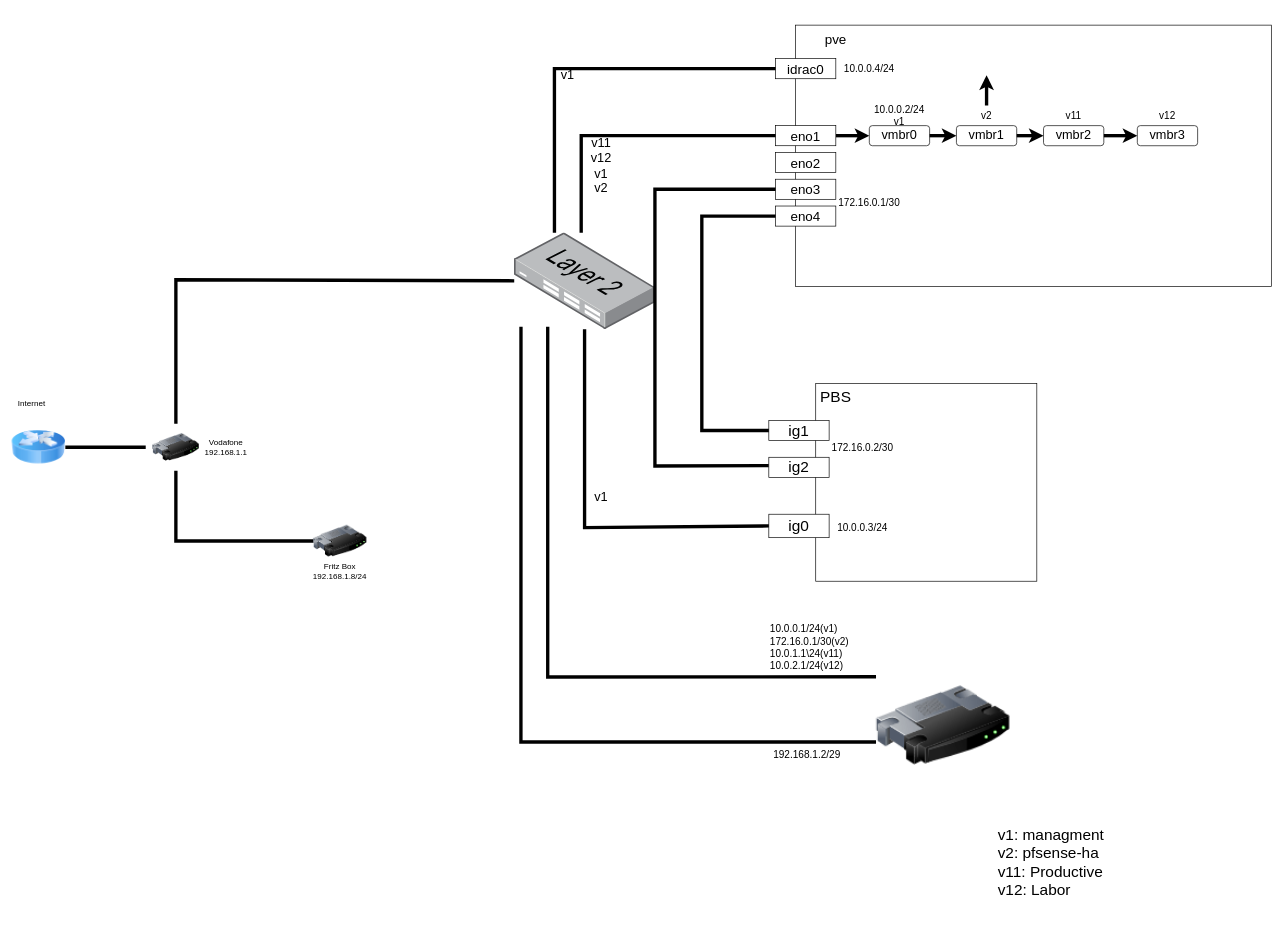
lucpfi/homelab keeps this draw.io diagram as Untitled Diagram.drawio. Above is the earlier version. Source tidied: cells renumbered, new cells numbered last; positions are measured from the earlier drawing's top-left corner, leaving out a move shared by most shapes. Both pictures are drawn from the tidied source at 67%, with x=0, y=0 at pixel (11, 11).
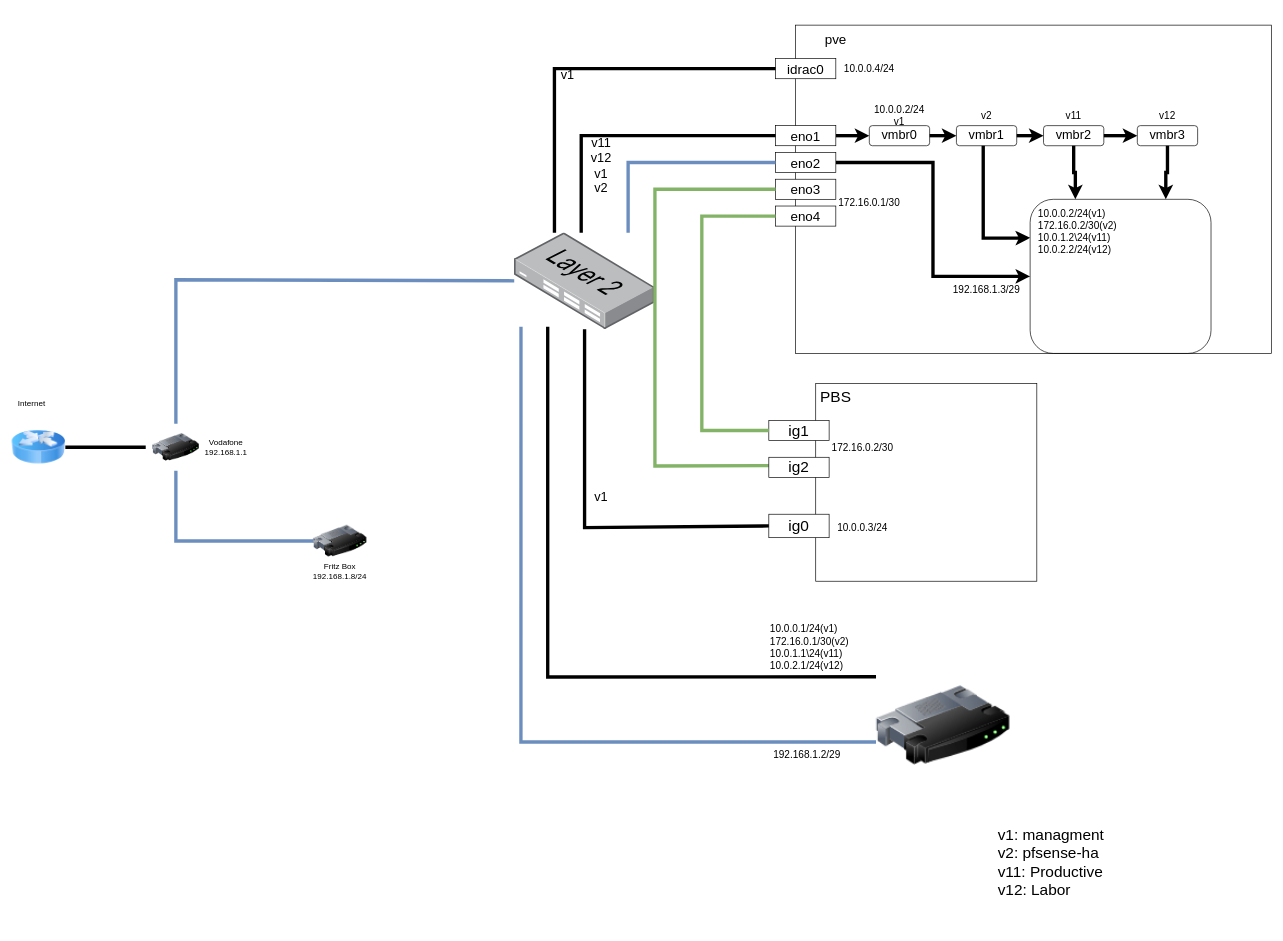
The same page after the edit.

Unchanged cells that the change refers to:
```xml
<mxCell id="2" style="image;html=1;image=img/lib/clip_art/networking/Router_128x128.png;" parent="1" vertex="1">
  <mxGeometry x="210" y="615" width="70" height="70" as="geometry" />
</mxCell>
<mxCell id="3" style="image;html=1;image=img/lib/clip_art/networking/Router_128x128.png;" parent="1" vertex="1">
  <mxGeometry x="1290" y="920" width="200" height="290" as="geometry" />
</mxCell>
<mxCell id="4" style="image;html=1;image=img/lib/clip_art/networking/Router_128x128.png;" parent="1" vertex="1">
  <mxGeometry x="450" y="750" width="80" height="80" as="geometry" />
</mxCell>
<mxCell id="12" style="points=[];html=1;align=center;shadow=0;dashed=0;image;image=img/lib/allied_telesis/switch/Switch_24_port_L2.svg;fontSize=20;" parent="1" vertex="1">
  <mxGeometry x="750" y="330" width="210" height="143.9" as="geometry" />
</mxCell>
<mxCell id="18" value="eno2" style="rounded=0;whiteSpace=wrap;html=1;fontSize=20;" parent="1" vertex="1">
  <mxGeometry x="1140" y="210" width="90" height="30" as="geometry" />
</mxCell>
<mxCell id="19" value="eno3" style="rounded=0;whiteSpace=wrap;html=1;fontSize=20;" parent="1" vertex="1">
  <mxGeometry x="1140" y="250" width="90" height="30" as="geometry" />
</mxCell>
<mxCell id="20" value="eno4" style="rounded=0;whiteSpace=wrap;html=1;fontSize=20;" parent="1" vertex="1">
  <mxGeometry x="1140" y="290" width="90" height="30" as="geometry" />
</mxCell>
<mxCell id="27" value="ig1" style="rounded=0;whiteSpace=wrap;html=1;fontSize=23;" parent="1" vertex="1">
  <mxGeometry x="1130" y="610" width="90" height="30" as="geometry" />
</mxCell>
<mxCell id="44" value="vmbr1" style="rounded=1;whiteSpace=wrap;html=1;fontFamily=Helvetica;fontSize=19;fontColor=default;fillColor=none;gradientColor=none;" parent="1" vertex="1">
  <mxGeometry x="1410" y="170" width="90" height="30" as="geometry" />
</mxCell>
<mxCell id="46" value="vmbr2" style="rounded=1;whiteSpace=wrap;html=1;fontFamily=Helvetica;fontSize=19;fontColor=default;fillColor=none;gradientColor=none;" parent="1" vertex="1">
  <mxGeometry x="1540" y="170" width="90" height="30" as="geometry" />
</mxCell>
<mxCell id="49" value="v2" style="text;html=1;strokeColor=none;fillColor=none;align=center;verticalAlign=middle;whiteSpace=wrap;rounded=0;fontFamily=Helvetica;fontSize=15;fontColor=default;" parent="1" vertex="1">
  <mxGeometry x="1410" y="140" width="90" height="30" as="geometry" />
</mxCell>
<mxCell id="51" value="vmbr3" style="rounded=1;whiteSpace=wrap;html=1;fontFamily=Helvetica;fontSize=19;fontColor=default;fillColor=none;gradientColor=none;" parent="1" vertex="1">
  <mxGeometry x="1680" y="170" width="90" height="30" as="geometry" />
</mxCell>
```

Change to the diagram source:
```diff
@@
-    <mxCell id="7" style="endArrow=none;html=1;rounded=0;strokeWidth=5;exitX=0.5;exitY=0;exitDx=0;exitDy=0;" parent="1" edge="1" source="2" target="12">
+    <mxCell id="7" style="endArrow=none;html=1;rounded=0;strokeWidth=5;exitX=0.5;exitY=0;exitDx=0;exitDy=0;fillColor=#dae8fc;strokeColor=#6c8ebf;" parent="1" edge="1" source="2" target="12">
       <mxGeometry relative="1" as="geometry">
         <Array as="points">
           <mxPoint x="245" y="400" />
         </Array>
       </mxGeometry>
     </mxCell>
-    <mxCell id="8" style="endArrow=none;html=1;rounded=0;strokeWidth=5;entryX=0.5;entryY=1;entryDx=0;entryDy=0;exitX=0;exitY=0.5;exitDx=0;exitDy=0;" parent="1" edge="1" source="4" target="2">
+    <mxCell id="8" style="endArrow=none;html=1;rounded=0;strokeWidth=5;entryX=0.5;entryY=1;entryDx=0;entryDy=0;exitX=0;exitY=0.5;exitDx=0;exitDy=0;fillColor=#dae8fc;strokeColor=#6c8ebf;" parent="1" edge="1" source="4" target="2">
       <mxGeometry relative="1" as="geometry">
         <Array as="points">
           <mxPoint x="245" y="790" />
         </Array>
       </mxGeometry>
     </mxCell>
@@
     <mxCell id="13" style="rounded=0;whiteSpace=wrap;html=1;fontSize=20;" parent="1" vertex="1">
-      <mxGeometry x="1170" y="20" width="710" height="390" as="geometry" />
+      <mxGeometry x="1170" y="20" width="710" height="490" as="geometry" />
     </mxCell>
@@
+    <mxCell id="55" style="edgeStyle=orthogonalEdgeStyle;rounded=0;jettySize=auto;html=1;entryX=0;entryY=0.5;entryDx=0;entryDy=0;fontFamily=Helvetica;fontSize=15;fontColor=default;strokeWidth=5;" parent="1" edge="1" source="18" target="59">
+      <mxGeometry relative="1" as="geometry" />
+    </mxCell>
@@
-    <mxCell id="29" style="endArrow=none;html=1;rounded=0;fontSize=23;strokeWidth=5;entryX=0;entryY=0.5;entryDx=0;entryDy=0;exitX=0;exitY=0.5;exitDx=0;exitDy=0;" parent="1" edge="1" source="19">
+    <mxCell id="29" style="endArrow=none;html=1;rounded=0;fontSize=23;strokeWidth=5;entryX=0;entryY=0.5;entryDx=0;entryDy=0;exitX=0;exitY=0.5;exitDx=0;exitDy=0;fillColor=#d5e8d4;strokeColor=#82b366;" parent="1" edge="1" source="19">
       <mxGeometry relative="1" as="geometry">
         <mxPoint x="1130" y="677.5" as="targetPoint" />
         <Array as="points">
           <mxPoint x="960" y="265" />
           <mxPoint x="960" y="678" />
         </Array>
       </mxGeometry>
     </mxCell>
-    <mxCell id="30" style="endArrow=none;html=1;rounded=0;fontSize=23;strokeWidth=5;exitX=0;exitY=0.5;exitDx=0;exitDy=0;entryX=0;entryY=0.5;entryDx=0;entryDy=0;" parent="1" edge="1" source="27" target="20">
+    <mxCell id="30" style="endArrow=none;html=1;rounded=0;fontSize=23;strokeWidth=5;exitX=0;exitY=0.5;exitDx=0;exitDy=0;entryX=0;entryY=0.5;entryDx=0;entryDy=0;fillColor=#d5e8d4;strokeColor=#82b366;" parent="1" edge="1" source="27" target="20">
       <mxGeometry relative="1" as="geometry">
         <Array as="points">
           <mxPoint x="1030" y="625" />
           <mxPoint x="1030" y="305" />
         </Array>
       </mxGeometry>
     </mxCell>
@@
+    <mxCell id="56" style="edgeStyle=orthogonalEdgeStyle;rounded=0;jettySize=auto;html=1;entryX=0;entryY=0.25;entryDx=0;entryDy=0;fontFamily=Helvetica;fontSize=15;fontColor=default;strokeWidth=5;" parent="1" edge="1" source="44" target="59">
+      <mxGeometry relative="1" as="geometry">
+        <Array as="points">
+          <mxPoint x="1450" y="338" />
+          <mxPoint x="1490" y="338" />
+        </Array>
+      </mxGeometry>
+    </mxCell>
@@
+    <mxCell id="57" style="edgeStyle=orthogonalEdgeStyle;rounded=0;jettySize=auto;html=1;entryX=0.25;entryY=0;entryDx=0;entryDy=0;fontFamily=Helvetica;fontSize=15;fontColor=default;strokeWidth=5;" parent="1" edge="1" source="46" target="59">
+      <mxGeometry relative="1" as="geometry" />
+    </mxCell>
@@
-    <mxCell id="48" style="edgeStyle=orthogonalEdgeStyle;rounded=0;jettySize=auto;html=1;fontFamily=Helvetica;fontSize=15;fontColor=default;strokeWidth=5;exitX=0.5;exitY=0;exitDx=0;exitDy=0;" parent="1" edge="1" source="49">
-      <mxGeometry relative="1" as="geometry">
-        <mxPoint x="1455" y="95" as="targetPoint" />
-        <Array as="points">
-          <mxPoint x="1455" y="100" />
-          <mxPoint x="1455" y="100" />
-        </Array>
-      </mxGeometry>
-    </mxCell>
@@
+    <mxCell id="58" style="edgeStyle=orthogonalEdgeStyle;rounded=0;jettySize=auto;html=1;entryX=0.75;entryY=0;entryDx=0;entryDy=0;fontFamily=Helvetica;fontSize=15;fontColor=default;strokeWidth=5;" parent="1" edge="1" source="51" target="59">
+      <mxGeometry relative="1" as="geometry" />
+    </mxCell>
@@
-    <mxCell id="53" style="endArrow=none;html=1;rounded=0;fontFamily=Helvetica;fontSize=15;fontColor=default;strokeWidth=5;entryX=0;entryY=0.586;entryDx=0;entryDy=0;entryPerimeter=0;exitX=0.048;exitY=0.973;exitDx=0;exitDy=0;exitPerimeter=0;" parent="1" edge="1" source="12" target="3">
+    <mxCell id="53" style="endArrow=none;html=1;rounded=0;fontFamily=Helvetica;fontSize=15;fontColor=default;strokeWidth=5;entryX=0;entryY=0.586;entryDx=0;entryDy=0;entryPerimeter=0;exitX=0.048;exitY=0.973;exitDx=0;exitDy=0;exitPerimeter=0;fillColor=#dae8fc;strokeColor=#6c8ebf;" parent="1" edge="1" source="12" target="3">
       <mxGeometry relative="1" as="geometry">
         <Array as="points">
           <mxPoint x="760" y="1090" />
         </Array>
       </mxGeometry>
     </mxCell>
@@
+    <mxCell id="59" style="rounded=1;whiteSpace=wrap;html=1;fontFamily=Helvetica;fontSize=15;fontColor=default;fillColor=none;gradientColor=none;" parent="1" vertex="1">
+      <mxGeometry x="1520" y="280" width="270" height="230" as="geometry" />
+    </mxCell>
+    <mxCell id="60" style="endArrow=none;html=1;rounded=0;fontFamily=Helvetica;fontSize=15;fontColor=default;strokeWidth=5;entryX=0;entryY=0.5;entryDx=0;entryDy=0;fillColor=#dae8fc;strokeColor=#6c8ebf;" parent="1" edge="1" target="18">
+      <mxGeometry relative="1" as="geometry">
+        <mxPoint x="920" y="330" as="sourcePoint" />
+        <Array as="points">
+          <mxPoint x="920" y="225" />
+        </Array>
+      </mxGeometry>
+    </mxCell>
+    <mxCell id="61" value="192.168.1.3/29" style="text;html=1;strokeColor=none;fillColor=none;align=center;verticalAlign=middle;whiteSpace=wrap;rounded=0;fontFamily=Helvetica;fontSize=15;fontColor=default;" parent="1" vertex="1">
+      <mxGeometry x="1400" y="400" width="110" height="30" as="geometry" />
+    </mxCell>
+    <mxCell id="62" value="10.0.0.2/24(v1)&lt;br style=&quot;font-size: 15px&quot;&gt;172.16.0.2/30(v2)&lt;br style=&quot;font-size: 15px&quot;&gt;10.0.1.2\24(v11)&lt;br style=&quot;font-size: 15px&quot;&gt;10.0.2.2/24(v12)" style="text;html=1;strokeColor=none;fillColor=none;align=left;verticalAlign=middle;whiteSpace=wrap;rounded=0;fontSize=15;" parent="1" vertex="1">
+      <mxGeometry x="1530" y="290" width="140" height="75" as="geometry" />
+    </mxCell>
```
